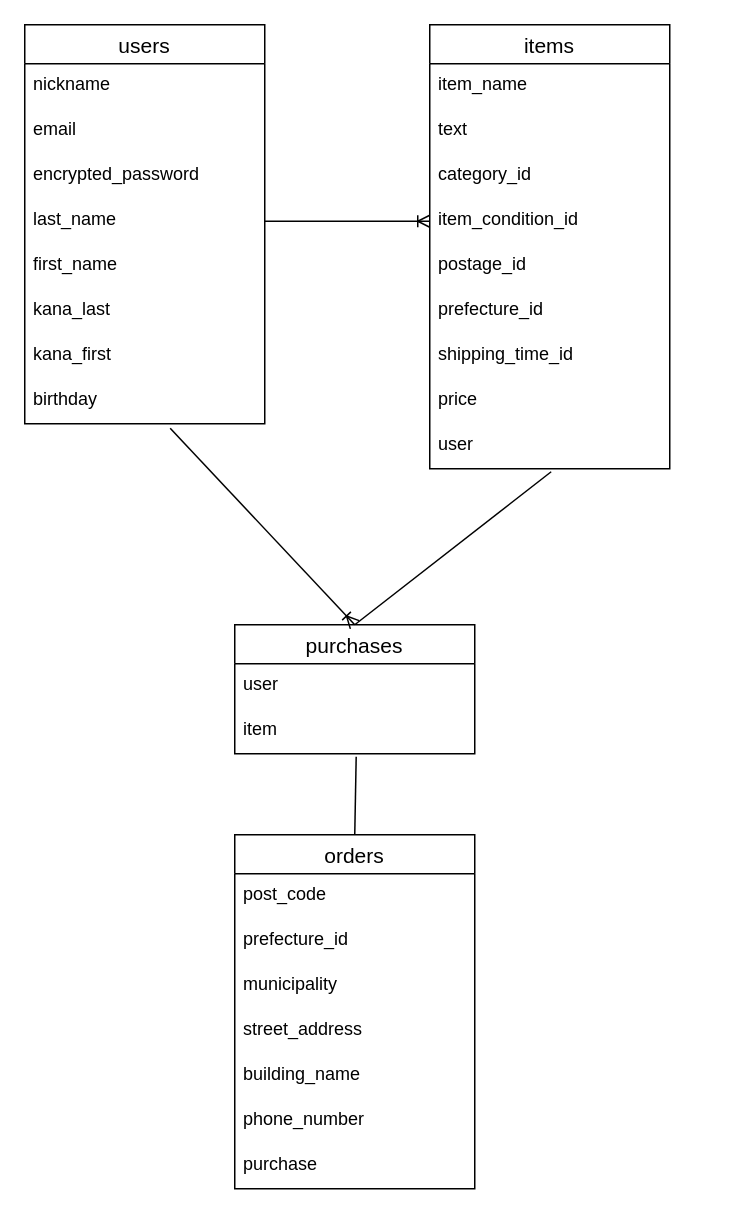
The draw.io diagram furima-40036.dio in hahahahahahahahahahahahhaha1999/furima-40036, before the edit. Source tidied: cells renumbered, new cells numbered last; positions are measured from the earlier drawing's top-left corner, leaving out a move shared by most shapes. Both pictures are drawn from the tidied source at 150%, with x=0, y=0 at pixel (24, 24).
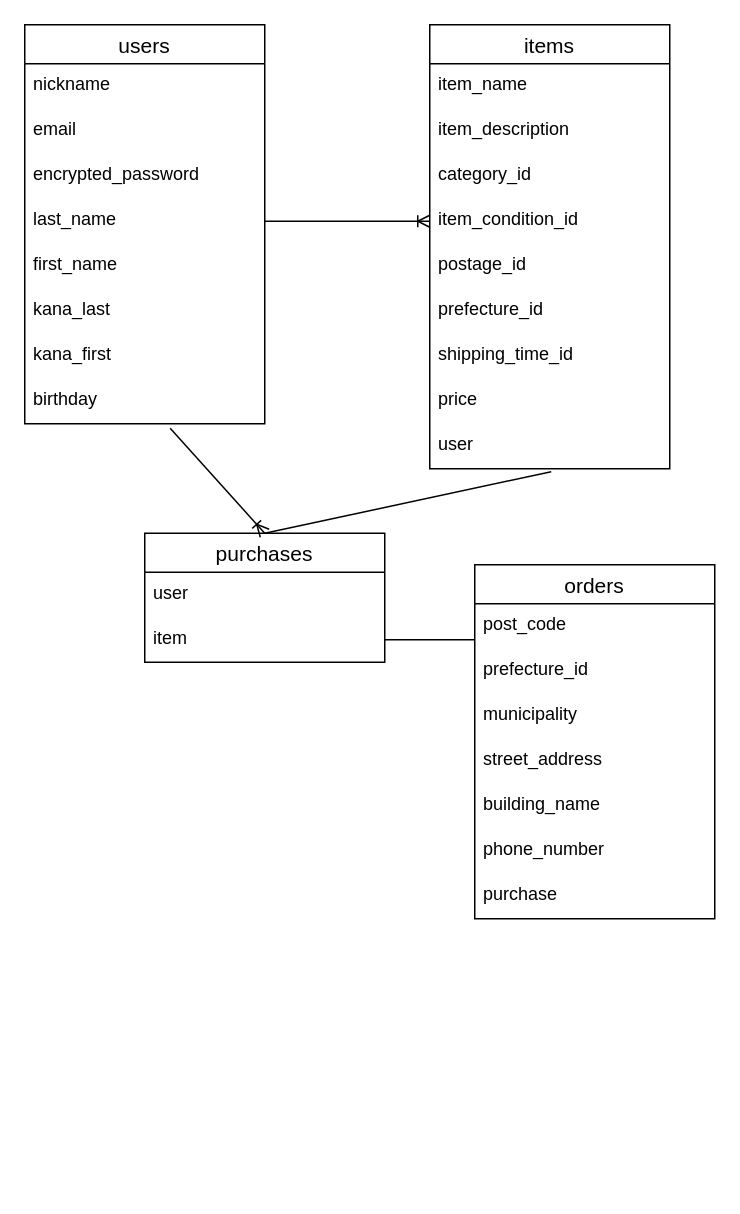
The same page after the edit.

Commit message (it also covers changes not shown here):
データベース設計修正

The change refers to these unchanged cells:
```xml
<mxCell id="5" value="item" style="text;strokeColor=none;fillColor=none;spacingLeft=4;spacingRight=4;overflow=hidden;points=[[0,0.5],[1,0.5]];portConstraint=eastwest;fontSize=12;" parent="3" vertex="1">
  <mxGeometry y="56" width="160" height="30" as="geometry" />
</mxCell>
<mxCell id="15" value="items" style="swimlane;fontStyle=0;horizontal=1;startSize=26;align=center;fontSize=14;" parent="1" vertex="1">
  <mxGeometry x="270" width="160" height="296" as="geometry" />
</mxCell>
```

Diff of the diagram source:
```diff
@@
     <mxCell id="3" value="purchases" style="swimlane;fontStyle=0;horizontal=1;startSize=26;align=center;fontSize=14;" parent="1" vertex="1">
-      <mxGeometry x="140" y="400" width="160" height="86" as="geometry" />
+      <mxGeometry x="80" y="339" width="160" height="86" as="geometry" />
     </mxCell>
@@
-    <mxCell id="17" value="text" style="text;strokeColor=none;fillColor=none;spacingLeft=4;spacingRight=4;overflow=hidden;fontSize=12;" parent="15" vertex="1">
+    <mxCell id="17" value="item_description" style="text;strokeColor=none;fillColor=none;spacingLeft=4;spacingRight=4;overflow=hidden;fontSize=12;" parent="15" vertex="1">
       <mxGeometry y="56" width="160" height="30" as="geometry" />
     </mxCell>
@@
-    <mxCell id="25" style="edgeStyle=none;html=1;exitX=0.5;exitY=0;exitDx=0;exitDy=0;entryX=0.506;entryY=1.067;entryDx=0;entryDy=0;entryPerimeter=0;endArrow=none;endFill=0;elbow=vertical;" parent="1" edge="1" source="26" target="5">
-      <mxGeometry relative="1" as="geometry" />
-    </mxCell>
     <mxCell id="26" value="orders" style="swimlane;fontStyle=0;horizontal=1;startSize=26;align=center;fontSize=14;" parent="1" vertex="1">
-      <mxGeometry x="140" y="540" width="160" height="236" as="geometry" />
+      <mxGeometry x="300" y="360" width="160" height="236" as="geometry" />
     </mxCell>
@@
+    <mxCell id="36" style="edgeStyle=none;html=1;exitX=1;exitY=0.5;exitDx=0;exitDy=0;endArrow=none;endFill=0;" parent="1" edge="1" source="5">
+      <mxGeometry relative="1" as="geometry">
+        <mxPoint x="300" y="410" as="targetPoint" />
+      </mxGeometry>
+    </mxCell>
```
